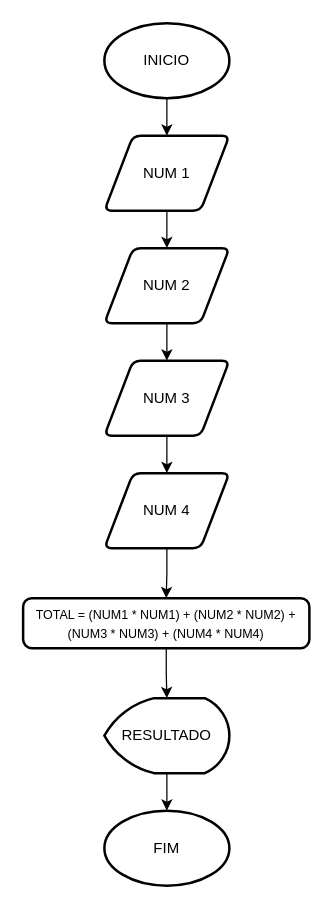
Above: Diagrama_Simulado_EX 8.drawio in thailopesds/fluxogramas (draw.io), before the change. Source tidied: cells renumbered, new cells numbered last; positions are measured from the earlier drawing's top-left corner, leaving out a move shared by most shapes. Both pictures are drawn from the tidied source at 125%, with x=0, y=0 at pixel (22, 22).
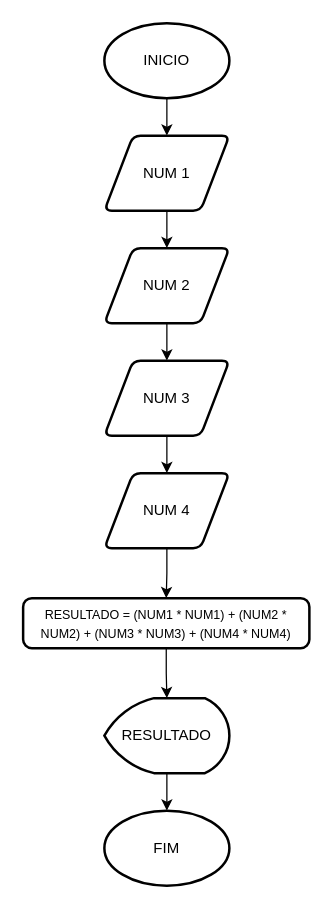
The same page after the edit.

What changed in the source:
```diff
@@
 <mxGraphModel>
   <root>
     <mxCell id="0" />
     <mxCell id="1" parent="0" />
     <mxCell id="2" value="FIM" style="strokeWidth=2;html=1;shape=mxgraph.flowchart.start_1;whiteSpace=wrap;" parent="1" vertex="1">
       <mxGeometry x="65" y="630" width="100" height="60" as="geometry" />
     </mxCell>
     <mxCell id="3" style="edgeStyle=orthogonalEdgeStyle;rounded=0;jettySize=auto;html=1;" parent="1" edge="1" source="4" target="6">
       <mxGeometry relative="1" as="geometry" />
     </mxCell>
     <mxCell id="4" value="INICIO" style="strokeWidth=2;html=1;shape=mxgraph.flowchart.start_1;whiteSpace=wrap;" parent="1" vertex="1">
       <mxGeometry x="65" width="100" height="60" as="geometry" />
     </mxCell>
     <mxCell id="5" style="edgeStyle=orthogonalEdgeStyle;rounded=0;jettySize=auto;html=1;" parent="1" edge="1" source="6" target="8">
       <mxGeometry relative="1" as="geometry" />
     </mxCell>
     <mxCell id="6" value="NUM 1" style="shape=parallelogram;html=1;strokeWidth=2;perimeter=parallelogramPerimeter;whiteSpace=wrap;rounded=1;arcSize=12;size=0.23;" parent="1" vertex="1">
       <mxGeometry x="65" y="90" width="100" height="60" as="geometry" />
     </mxCell>
     <mxCell id="7" style="edgeStyle=orthogonalEdgeStyle;rounded=0;jettySize=auto;html=1;" parent="1" edge="1" source="8" target="10">
       <mxGeometry relative="1" as="geometry" />
     </mxCell>
     <mxCell id="8" value="NUM 2" style="shape=parallelogram;html=1;strokeWidth=2;perimeter=parallelogramPerimeter;whiteSpace=wrap;rounded=1;arcSize=12;size=0.23;" parent="1" vertex="1">
       <mxGeometry x="65" y="180" width="100" height="60" as="geometry" />
     </mxCell>
     <mxCell id="9" style="edgeStyle=orthogonalEdgeStyle;rounded=0;jettySize=auto;html=1;" parent="1" edge="1" source="10" target="12">
       <mxGeometry relative="1" as="geometry" />
     </mxCell>
     <mxCell id="10" value="NUM 3" style="shape=parallelogram;html=1;strokeWidth=2;perimeter=parallelogramPerimeter;whiteSpace=wrap;rounded=1;arcSize=12;size=0.23;" parent="1" vertex="1">
       <mxGeometry x="65" y="270" width="100" height="60" as="geometry" />
     </mxCell>
     <mxCell id="11" style="edgeStyle=orthogonalEdgeStyle;rounded=0;jettySize=auto;html=1;" parent="1" edge="1" source="12" target="14">
       <mxGeometry relative="1" as="geometry" />
     </mxCell>
     <mxCell id="12" value="NUM 4" style="shape=parallelogram;html=1;strokeWidth=2;perimeter=parallelogramPerimeter;whiteSpace=wrap;rounded=1;arcSize=12;size=0.23;" parent="1" vertex="1">
       <mxGeometry x="65" y="360" width="100" height="60" as="geometry" />
     </mxCell>
     <mxCell id="13" style="edgeStyle=orthogonalEdgeStyle;rounded=0;jettySize=auto;html=1;" parent="1" edge="1" source="14" target="16">
       <mxGeometry relative="1" as="geometry" />
     </mxCell>
-    <mxCell id="14" value="&lt;font style=&quot;font-size: 10px;&quot;&gt;TOTAL = (NUM1 * NUM1) + (NUM2 * NUM2) + (NUM3 * NUM3) + (NUM4 * NUM4)&lt;/font&gt;" style="rounded=1;whiteSpace=wrap;html=1;absoluteArcSize=1;arcSize=14;strokeWidth=2;" parent="1" vertex="1">
+    <mxCell id="14" value="&lt;font style=&quot;font-size: 10px;&quot;&gt;RESULTADO = (NUM1 * NUM1) + (NUM2 * NUM2) + (NUM3 * NUM3) + (NUM4 * NUM4)&lt;/font&gt;" style="rounded=1;whiteSpace=wrap;html=1;absoluteArcSize=1;arcSize=14;strokeWidth=2;" parent="1" vertex="1">
       <mxGeometry y="460" width="229" height="40" as="geometry" />
     </mxCell>
     <mxCell id="15" style="edgeStyle=orthogonalEdgeStyle;rounded=0;jettySize=auto;html=1;" parent="1" edge="1" source="16" target="2">
       <mxGeometry relative="1" as="geometry" />
     </mxCell>
     <mxCell id="16" value="RESULTADO" style="strokeWidth=2;html=1;shape=mxgraph.flowchart.display;whiteSpace=wrap;" parent="1" vertex="1">
       <mxGeometry x="65" y="540" width="100" height="60" as="geometry" />
     </mxCell>
   </root>
 </mxGraphModel>
```
